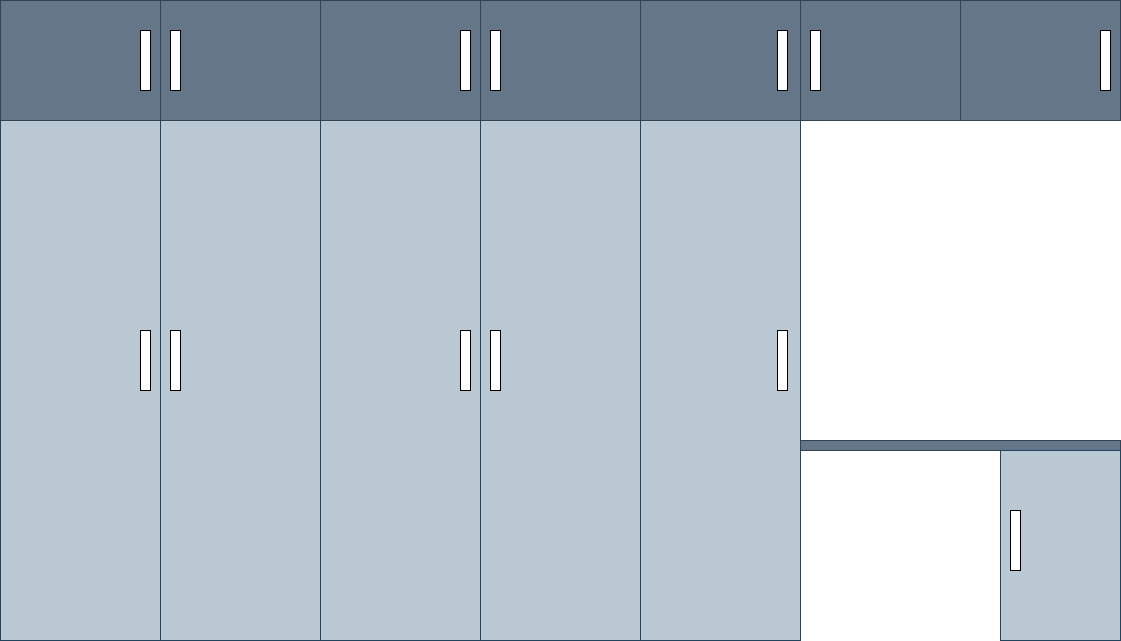
This is Final/wardrobe1-1.drawio.png from suresh-legato/Design, a draw.io export, as it was before one commit. Source tidied: cells renumbered, new cells last; positions are measured from the earlier drawing's top-left corner, leaving out a move shared by most shapes.
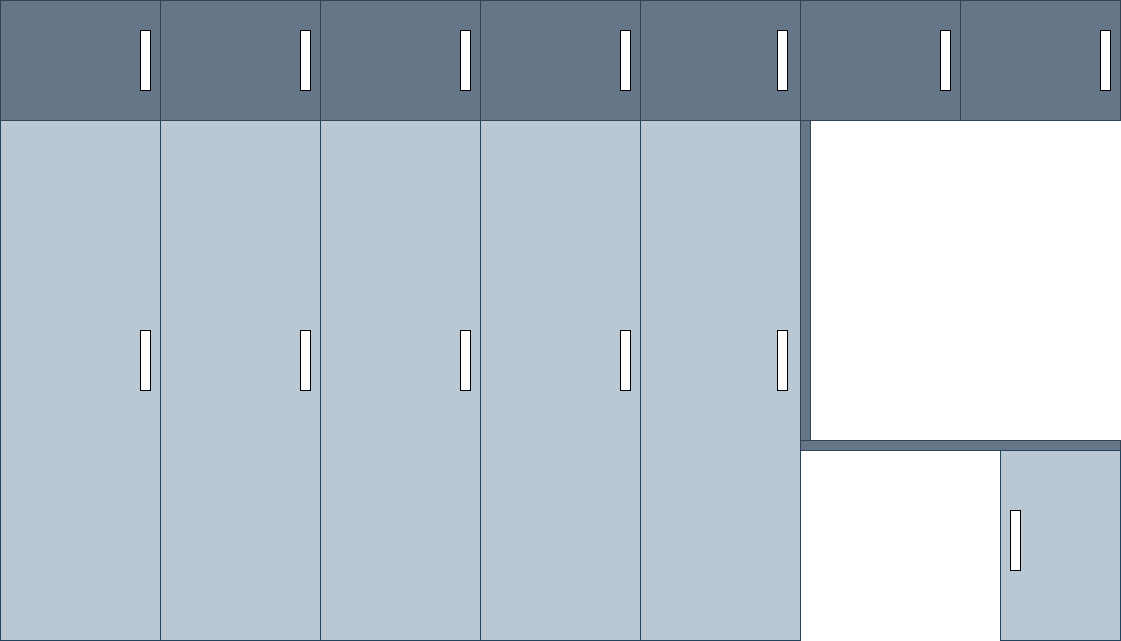
The same diagram one commit later.

The edit, as a diff of the source:
```diff
@@ -51,13 +51,13 @@
       <mxGeometry x="140" y="330" width="10" height="60" as="geometry" />
     </mxCell>
     <mxCell id="18" style="rounded=0;whiteSpace=wrap;html=1;" parent="1" vertex="1">
-      <mxGeometry x="170" y="330" width="10" height="60" as="geometry" />
+      <mxGeometry x="300" y="330" width="10" height="60" as="geometry" />
     </mxCell>
     <mxCell id="19" style="rounded=0;whiteSpace=wrap;html=1;" parent="1" vertex="1">
       <mxGeometry x="460" y="330" width="10" height="60" as="geometry" />
     </mxCell>
     <mxCell id="20" style="rounded=0;whiteSpace=wrap;html=1;" parent="1" vertex="1">
-      <mxGeometry x="490" y="330" width="10" height="60" as="geometry" />
+      <mxGeometry x="620" y="330" width="10" height="60" as="geometry" />
     </mxCell>
     <mxCell id="21" style="rounded=0;whiteSpace=wrap;html=1;" parent="1" vertex="1">
       <mxGeometry x="777" y="330" width="10" height="60" as="geometry" />
@@ -66,19 +66,19 @@
       <mxGeometry x="140" y="30" width="10" height="60" as="geometry" />
     </mxCell>
     <mxCell id="23" style="rounded=0;whiteSpace=wrap;html=1;" parent="1" vertex="1">
-      <mxGeometry x="170" y="30" width="10" height="60" as="geometry" />
+      <mxGeometry x="300" y="30" width="10" height="60" as="geometry" />
     </mxCell>
     <mxCell id="24" style="rounded=0;whiteSpace=wrap;html=1;" parent="1" vertex="1">
       <mxGeometry x="460" y="30" width="10" height="60" as="geometry" />
     </mxCell>
     <mxCell id="25" style="rounded=0;whiteSpace=wrap;html=1;" parent="1" vertex="1">
-      <mxGeometry x="490" y="30" width="10" height="60" as="geometry" />
+      <mxGeometry x="620" y="30" width="10" height="60" as="geometry" />
     </mxCell>
     <mxCell id="26" style="rounded=0;whiteSpace=wrap;html=1;" parent="1" vertex="1">
       <mxGeometry x="777" y="30" width="10" height="60" as="geometry" />
     </mxCell>
     <mxCell id="27" style="rounded=0;whiteSpace=wrap;html=1;" parent="1" vertex="1">
-      <mxGeometry x="810" y="30" width="10" height="60" as="geometry" />
+      <mxGeometry x="940" y="30" width="10" height="60" as="geometry" />
     </mxCell>
     <mxCell id="28" style="rounded=0;whiteSpace=wrap;html=1;" parent="1" vertex="1">
       <mxGeometry x="1100" y="30" width="10" height="60" as="geometry" />
@@ -86,5 +86,8 @@
     <mxCell id="29" style="rounded=0;whiteSpace=wrap;html=1;" parent="1" vertex="1">
       <mxGeometry x="1010" y="510" width="10" height="60" as="geometry" />
     </mxCell>
+    <mxCell id="30" style="rounded=0;whiteSpace=wrap;html=1;fillColor=#647687;fontColor=#ffffff;strokeColor=#314354;" parent="1" vertex="1">
+      <mxGeometry x="800" y="120" width="10" height="320" as="geometry" />
+    </mxCell>
   </root>
 </mxGraphModel>
```
